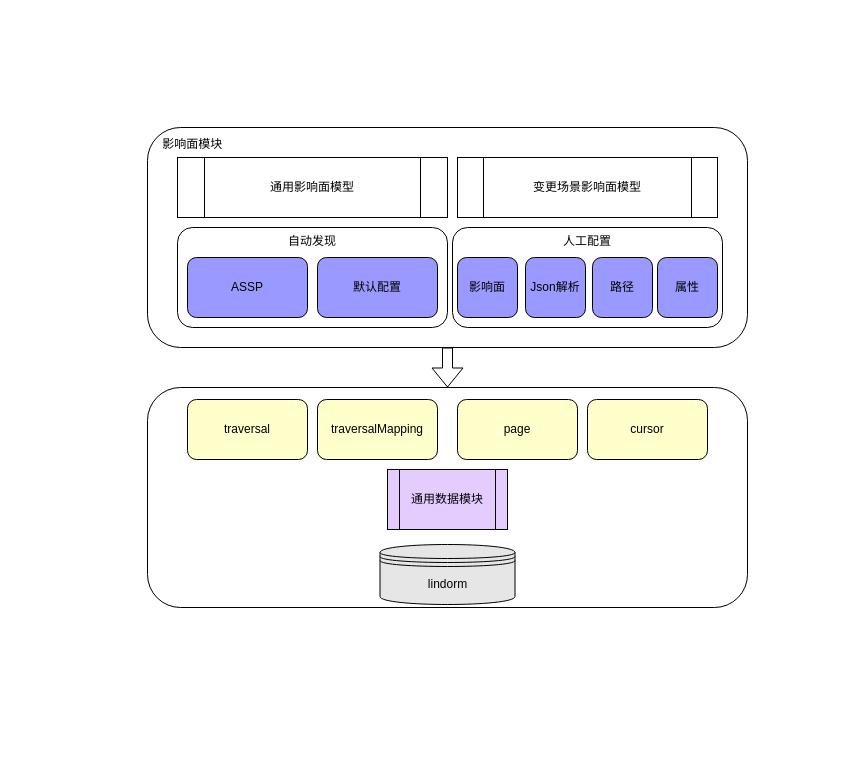
Above: 变更影响面内部框架.drawio in frankneu/draw.io (draw.io), before the change. Source tidied: cells renumbered, new cells numbered last; positions are measured from the earlier drawing's top-left corner, leaving out a move shared by most shapes. Both pictures are drawn from the tidied source at 100%, with x=0, y=0 at pixel (147, 127).
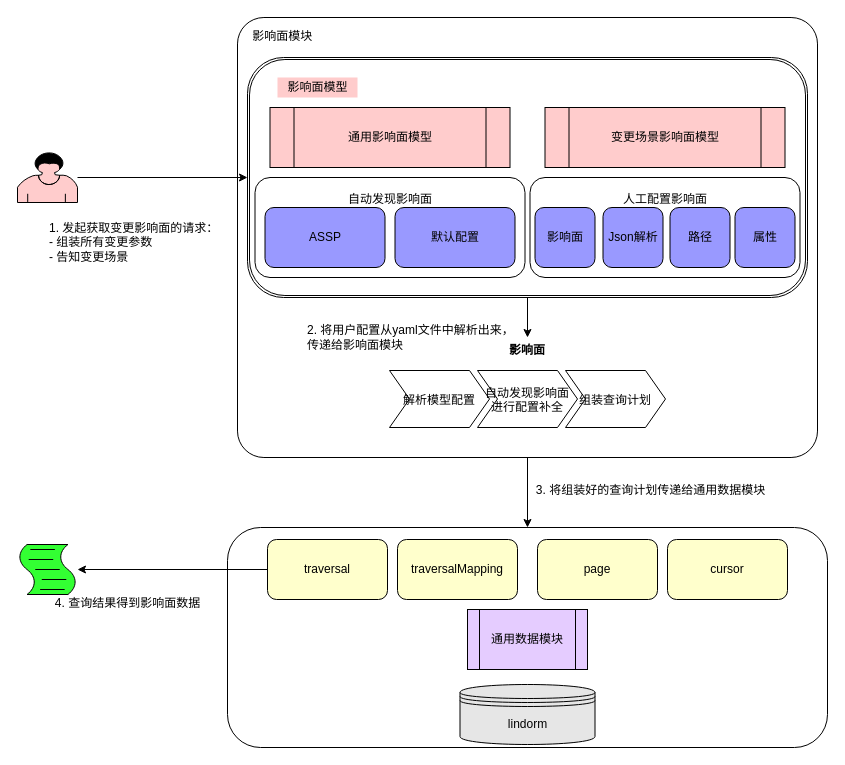
The same diagram, later.

Commit message (it also covers changes not shown here):
Update 变更影响面内部框架.drawio

Change to the diagram source:
```diff
@@
+    <mxCell id="20" style="edgeStyle=orthogonalEdgeStyle;rounded=0;jettySize=auto;html=1;exitX=0.5;exitY=1;exitDx=0;exitDy=0;entryX=0.5;entryY=0;entryDx=0;entryDy=0;" parent="1" edge="1" source="2" target="7">
+      <mxGeometry relative="1" as="geometry" />
+    </mxCell>
-    <mxCell id="2" value="&amp;nbsp; &amp;nbsp; 影响面模块&lt;br&gt;&lt;br&gt;&lt;br&gt;&lt;br&gt;&lt;br&gt;&lt;br&gt;&lt;br&gt;&lt;br&gt;&lt;br&gt;&lt;br&gt;&lt;br&gt;&lt;br&gt;&lt;br&gt;&lt;br&gt;" style="rounded=1;whiteSpace=wrap;html=1;align=left;" parent="1" vertex="1">
-      <mxGeometry width="600" height="220" as="geometry" />
+    <mxCell id="2" value="&amp;nbsp; &amp;nbsp; 影响面模块&lt;br&gt;&lt;br&gt;&lt;br&gt;&lt;br&gt;&lt;br&gt;&lt;br&gt;&lt;br&gt;&lt;br&gt;&lt;br&gt;&lt;br&gt;&lt;br&gt;&lt;br&gt;&lt;br&gt;&lt;br&gt;&lt;br&gt;&lt;br&gt;&lt;br&gt;&lt;br&gt;&lt;br&gt;&lt;br&gt;&lt;br&gt;&lt;br&gt;&lt;br&gt;&lt;br&gt;&lt;br&gt;&lt;br&gt;&lt;br&gt;&lt;br&gt;&lt;br&gt;" style="rounded=1;whiteSpace=wrap;html=1;align=left;arcSize=6;" parent="1" vertex="1">
+      <mxGeometry x="90" y="-110" width="580" height="440" as="geometry" />
     </mxCell>
+    <mxCell id="21" style="shape=ext;double=1;rounded=1;whiteSpace=wrap;html=1;fillColor=none;arcSize=15;" parent="1" vertex="1">
+      <mxGeometry x="100" y="-70" width="560" height="240" as="geometry" />
+    </mxCell>
-    <mxCell id="3" value="自动发现&lt;br&gt;&lt;br&gt;&lt;br&gt;&lt;br&gt;&lt;br&gt;&lt;br&gt;" style="rounded=1;whiteSpace=wrap;html=1;" parent="1" vertex="1">
-      <mxGeometry x="30" y="100" width="270" height="100" as="geometry" />
+    <mxCell id="3" value="自动发现影响面&lt;br&gt;&lt;br&gt;&lt;br&gt;&lt;br&gt;&lt;br&gt;" style="rounded=1;whiteSpace=wrap;html=1;" parent="1" vertex="1">
+      <mxGeometry x="107.5" y="50" width="270" height="100" as="geometry" />
     </mxCell>
     <mxCell id="4" value="ASSP" style="rounded=1;whiteSpace=wrap;html=1;fillColor=#9999FF;" parent="1" vertex="1">
-      <mxGeometry x="40" y="130" width="120" height="60" as="geometry" />
+      <mxGeometry x="117.5" y="80" width="120" height="60" as="geometry" />
     </mxCell>
     <mxCell id="5" value="默认配置" style="rounded=1;whiteSpace=wrap;html=1;fillColor=#9999FF;" parent="1" vertex="1">
-      <mxGeometry x="170" y="130" width="120" height="60" as="geometry" />
+      <mxGeometry x="247.5" y="80" width="120" height="60" as="geometry" />
     </mxCell>
-    <mxCell id="6" value="人工配置&lt;br&gt;&lt;br&gt;&lt;br&gt;&lt;br&gt;&lt;br&gt;&lt;br&gt;" style="rounded=1;whiteSpace=wrap;html=1;" parent="1" vertex="1">
-      <mxGeometry x="305" y="100" width="270" height="100" as="geometry" />
+    <mxCell id="6" value="人工配置影响面&lt;br&gt;&lt;br&gt;&lt;br&gt;&lt;br&gt;&lt;br&gt;" style="rounded=1;whiteSpace=wrap;html=1;" parent="1" vertex="1">
+      <mxGeometry x="382.5" y="50" width="270" height="100" as="geometry" />
     </mxCell>
     <mxCell id="7" style="rounded=1;whiteSpace=wrap;html=1;" parent="1" vertex="1">
-      <mxGeometry y="260" width="600" height="220" as="geometry" />
+      <mxGeometry x="80" y="400" width="600" height="220" as="geometry" />
     </mxCell>
     <mxCell id="8" value="traversalMapping" style="rounded=1;whiteSpace=wrap;html=1;fillColor=#FFFFCC;" parent="1" vertex="1">
-      <mxGeometry x="170" y="272" width="120" height="60" as="geometry" />
+      <mxGeometry x="250" y="412" width="120" height="60" as="geometry" />
     </mxCell>
+    <mxCell id="22" style="edgeStyle=orthogonalEdgeStyle;rounded=0;jettySize=auto;html=1;exitX=0;exitY=0.5;exitDx=0;exitDy=0;" parent="1" edge="1" source="9" target="24">
+      <mxGeometry relative="1" as="geometry" />
+    </mxCell>
     <mxCell id="9" value="traversal" style="rounded=1;whiteSpace=wrap;html=1;fillColor=#FFFFCC;" parent="1" vertex="1">
-      <mxGeometry x="40" y="272" width="120" height="60" as="geometry" />
+      <mxGeometry x="120" y="412" width="120" height="60" as="geometry" />
     </mxCell>
     <mxCell id="10" value="page" style="rounded=1;whiteSpace=wrap;html=1;fillColor=#FFFFCC;" parent="1" vertex="1">
-      <mxGeometry x="310" y="272" width="120" height="60" as="geometry" />
+      <mxGeometry x="390" y="412" width="120" height="60" as="geometry" />
     </mxCell>
     <mxCell id="11" value="cursor" style="rounded=1;whiteSpace=wrap;html=1;fillColor=#FFFFCC;" parent="1" vertex="1">
-      <mxGeometry x="440" y="272" width="120" height="60" as="geometry" />
+      <mxGeometry x="520" y="412" width="120" height="60" as="geometry" />
     </mxCell>
     <mxCell id="12" value="lindorm" style="shape=datastore;whiteSpace=wrap;html=1;fillColor=#E6E6E6;" parent="1" vertex="1">
-      <mxGeometry x="232.5" y="417" width="135" height="60" as="geometry" />
+      <mxGeometry x="312.5" y="557" width="135" height="60" as="geometry" />
     </mxCell>
     <mxCell id="13" value="路径" style="rounded=1;whiteSpace=wrap;html=1;fillColor=#9999FF;" parent="1" vertex="1">
-      <mxGeometry x="445" y="130" width="60" height="60" as="geometry" />
+      <mxGeometry x="522.5" y="80" width="60" height="60" as="geometry" />
     </mxCell>
     <mxCell id="14" value="影响面" style="rounded=1;whiteSpace=wrap;html=1;fillColor=#9999FF;" parent="1" vertex="1">
-      <mxGeometry x="310" y="130" width="60" height="60" as="geometry" />
+      <mxGeometry x="387.5" y="80" width="60" height="60" as="geometry" />
     </mxCell>
     <mxCell id="15" value="属性" style="rounded=1;whiteSpace=wrap;html=1;fillColor=#9999FF;" parent="1" vertex="1">
-      <mxGeometry x="510" y="130" width="60" height="60" as="geometry" />
+      <mxGeometry x="587.5" y="80" width="60" height="60" as="geometry" />
     </mxCell>
     <mxCell id="16" value="Json解析" style="rounded=1;whiteSpace=wrap;html=1;fillColor=#9999FF;" parent="1" vertex="1">
-      <mxGeometry x="378" y="130" width="60" height="60" as="geometry" />
+      <mxGeometry x="455.5" y="80" width="60" height="60" as="geometry" />
     </mxCell>
-    <mxCell id="17" value="通用影响面模型" style="shape=process;whiteSpace=wrap;html=1;backgroundOutline=1;" parent="1" vertex="1">
-      <mxGeometry x="30" y="30" width="270" height="60" as="geometry" />
+    <mxCell id="17" value="通用影响面模型" style="shape=process;whiteSpace=wrap;html=1;backgroundOutline=1;fillColor=#FFCCCC;" parent="1" vertex="1">
+      <mxGeometry x="122.5" y="-20" width="240" height="60" as="geometry" />
     </mxCell>
-    <mxCell id="18" value="变更场景影响面模型" style="shape=process;whiteSpace=wrap;html=1;backgroundOutline=1;" parent="1" vertex="1">
-      <mxGeometry x="310" y="30" width="260" height="60" as="geometry" />
+    <mxCell id="18" value="变更场景影响面模型" style="shape=process;whiteSpace=wrap;html=1;backgroundOutline=1;fillColor=#FFCCCC;" parent="1" vertex="1">
+      <mxGeometry x="397.5" y="-20" width="240" height="60" as="geometry" />
     </mxCell>
     <mxCell id="19" value="通用数据模块" style="shape=process;whiteSpace=wrap;html=1;backgroundOutline=1;fillColor=#E5CCFF;" parent="1" vertex="1">
-      <mxGeometry x="240" y="342" width="120" height="60" as="geometry" />
+      <mxGeometry x="320" y="482" width="120" height="60" as="geometry" />
     </mxCell>
-    <mxCell id="20" style="shape=flexArrow;endArrow=classic;html=1;exitX=0.5;exitY=1;exitDx=0;exitDy=0;entryX=0.5;entryY=0;entryDx=0;entryDy=0;" parent="1" edge="1" source="2" target="7">
-      <mxGeometry relative="1" as="geometry" />
-    </mxCell>
+    <mxCell id="23" style="shape=mxgraph.bpmn.user_task;html=1;outlineConnect=0;fillColor=#FFCCCC;" parent="1" vertex="1">
+      <mxGeometry x="-130" y="25" width="60" height="50" as="geometry" />
+    </mxCell>
+    <mxCell id="24" style="shape=mxgraph.bpmn.script_task;html=1;outlineConnect=0;fillColor=#33FF33;" parent="1" vertex="1">
+      <mxGeometry x="-130" y="417" width="60" height="50" as="geometry" />
+    </mxCell>
+    <mxCell id="25" style="edgeStyle=orthogonalEdgeStyle;rounded=0;jettySize=auto;html=1;exitX=0.5;exitY=1;exitDx=0;exitDy=0;" parent="1" edge="1" source="21" target="29">
+      <mxGeometry relative="1" as="geometry" />
+    </mxCell>
+    <mxCell id="26" value="影响面模型" style="text;html=1;align=center;verticalAlign=middle;fillColor=#FFCCCC;" parent="1" vertex="1">
+      <mxGeometry x="130" y="-50" width="80" height="20" as="geometry" />
+    </mxCell>
+    <mxCell id="27" style="endArrow=classic;html=1;entryX=0;entryY=0.5;entryDx=0;entryDy=0;fillColor=#FFCCCC;" parent="1" edge="1" source="23" target="21">
+      <mxGeometry relative="1" as="geometry" />
+    </mxCell>
+    <mxCell id="28" value="1. 发起获取变更影响面的请求：&lt;br&gt;- 组装所有变更参数&lt;br&gt;- 告知变更场景" style="text;html=1;align=left;verticalAlign=middle;" parent="1" vertex="1">
+      <mxGeometry x="-100" y="90" width="180" height="50" as="geometry" />
+    </mxCell>
+    <mxCell id="29" value="影响面" style="swimlane;horizontal=1;fillColor=none;strokeColor=none;stackBorder=10;align=center;points=[];fontColor=#000000;" parent="1" vertex="1">
+      <mxGeometry x="232" y="210" width="296" height="100" as="geometry" />
+    </mxCell>
+    <mxCell id="30" value="解析模型配置" style="shape=step;perimeter=stepPerimeter;fixedSize=1;" parent="29" vertex="1">
+      <mxGeometry x="10" y="33" width="100" height="57" as="geometry" />
+    </mxCell>
+    <mxCell id="31" value="自动发现影响面&#10;进行配置补全" style="shape=step;perimeter=stepPerimeter;fixedSize=1;" parent="29" vertex="1">
+      <mxGeometry x="98" y="33" width="100" height="57" as="geometry" />
+    </mxCell>
+    <mxCell id="32" value="组装查询计划" style="shape=step;perimeter=stepPerimeter;fixedSize=1;" parent="29" vertex="1">
+      <mxGeometry x="186" y="33" width="100" height="57" as="geometry" />
+    </mxCell>
+    <mxCell id="33" value="2. 将用户配置从yaml文件中解析出来，&lt;br&gt;传递给影响面模块" style="text;html=1;align=left;verticalAlign=middle;" parent="1" vertex="1">
+      <mxGeometry x="157.5" y="195" width="220" height="30" as="geometry" />
+    </mxCell>
+    <mxCell id="34" value="3. 将组装好的查询计划传递给通用数据模块" style="text;html=1;align=center;verticalAlign=middle;" parent="1" vertex="1">
+      <mxGeometry x="382.5" y="353" width="240" height="20" as="geometry" />
+    </mxCell>
+    <mxCell id="35" value="4. 查询结果得到影响面数据" style="text;html=1;align=center;verticalAlign=middle;" parent="1" vertex="1">
+      <mxGeometry x="-100" y="466" width="160" height="20" as="geometry" />
+    </mxCell>
```
